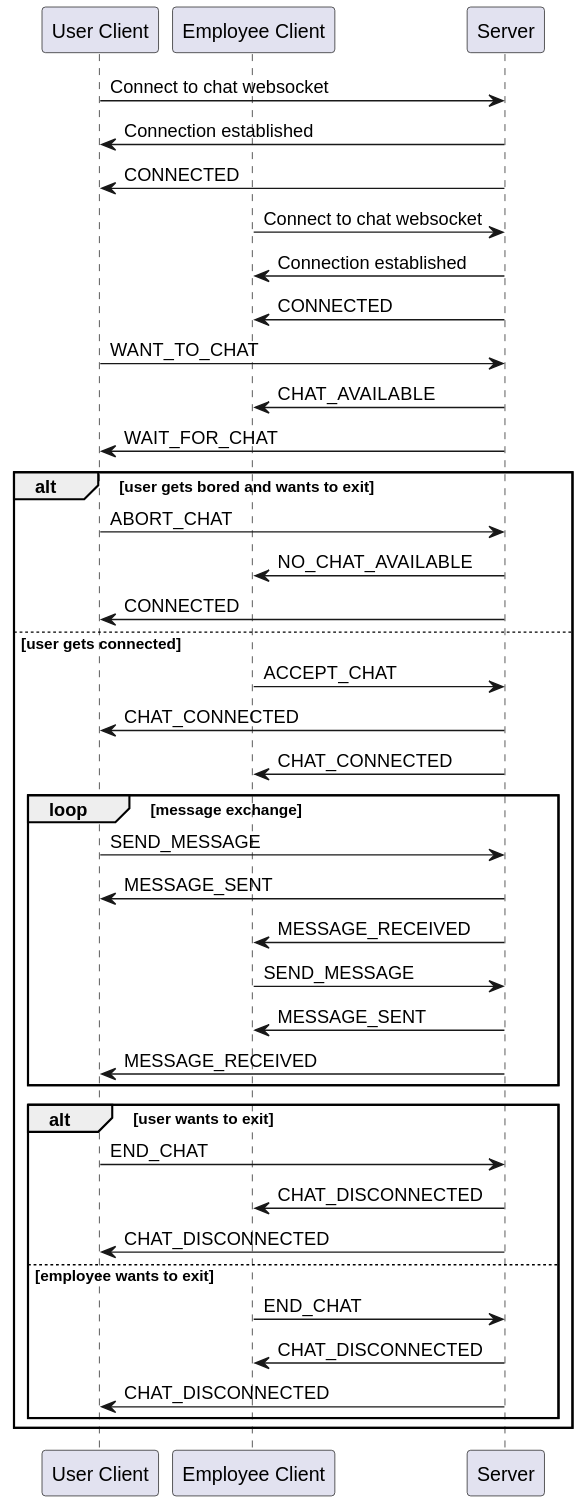
The PlantUML diagram docs/diagrams/sampleapp/chat_sequence.svg in SoManyBisela/java-webserver, before a commit. Its diagram source:
```plantuml
@startuml
participant "User Client" as U
participant "Employee Client" as E
participant "Server" as S

U -> S: Connect to chat websocket
S -> U: Connection established
S -> U: CONNECTED
E -> S: Connect to chat websocket
S -> E: Connection established
S -> E: CONNECTED
U -> S: WANT_TO_CHAT
S -> E: CHAT_AVAILABLE
S -> U: WAIT_FOR_CHAT
alt user gets bored and wants to exit
    U -> S: ABORT_CHAT
    S -> E: NO_CHAT_AVAILABLE
    S -> U: CONNECTED
else user gets connected
    E -> S: ACCEPT_CHAT
    S -> U: CHAT_CONNECTED
    S -> E: CHAT_CONNECTED
    loop message exchange
        U -> S: SEND_MESSAGE
        S -> U: MESSAGE_SENT
        S -> E: MESSAGE_RECEIVED
        E -> S: SEND_MESSAGE
        S -> E: MESSAGE_SENT
        S -> U: MESSAGE_RECEIVED
    end
    alt user wants to exit
        U -> S: END_CHAT
        S -> E: CHAT_DISCONNECTED
        S -> U: CHAT_DISCONNECTED
    else employee wants to exit
        E -> S: END_CHAT
        S -> E: CHAT_DISCONNECTED
        S -> U: CHAT_DISCONNECTED
    end
end
@enduml
```
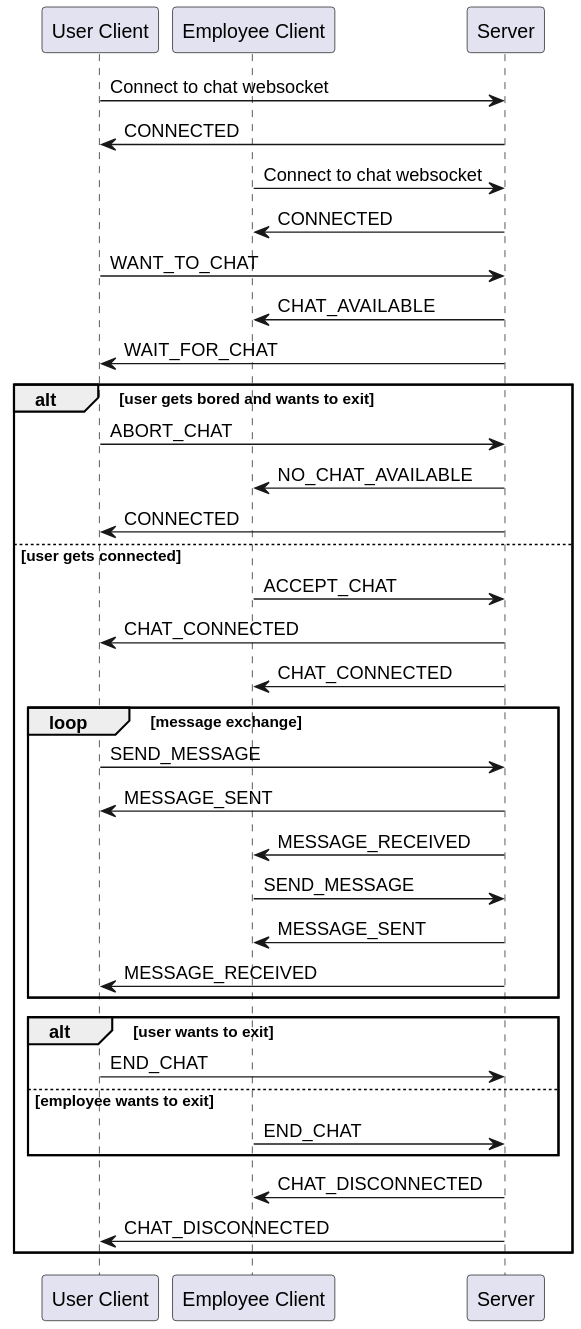
After the commit.

The edit, as a diff of the source:
```diff
@@ -4,10 +4,8 @@
 participant "Server" as S
 
 U -> S: Connect to chat websocket
-S -> U: Connection established
 S -> U: CONNECTED
 E -> S: Connect to chat websocket
-S -> E: Connection established
 S -> E: CONNECTED
 U -> S: WANT_TO_CHAT
 S -> E: CHAT_AVAILABLE
@@ -30,12 +28,10 @@
     end
     alt user wants to exit
         U -> S: END_CHAT
-        S -> E: CHAT_DISCONNECTED
-        S -> U: CHAT_DISCONNECTED
     else employee wants to exit
         E -> S: END_CHAT
-        S -> E: CHAT_DISCONNECTED
-        S -> U: CHAT_DISCONNECTED
     end
+    S -> E: CHAT_DISCONNECTED
+    S -> U: CHAT_DISCONNECTED
 end
 @enduml
```
